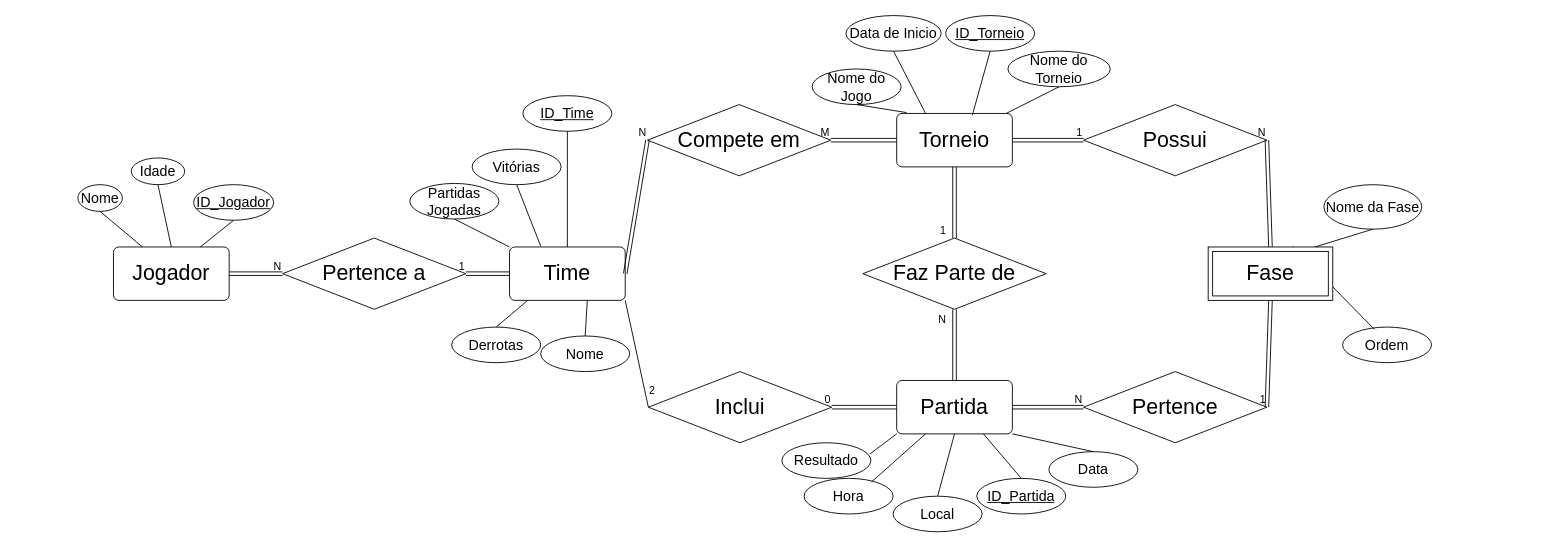
Before: Projeto_Esports.drawio in Gabitil/Org-de-competi-es-esport, a draw.io diagram. Source tidied: cells renumbered, new cells numbered last; positions are measured from the earlier drawing's top-left corner, leaving out a move shared by most shapes. Both pictures are drawn from the tidied source at 89%, with x=0, y=0 at pixel (77, 15).
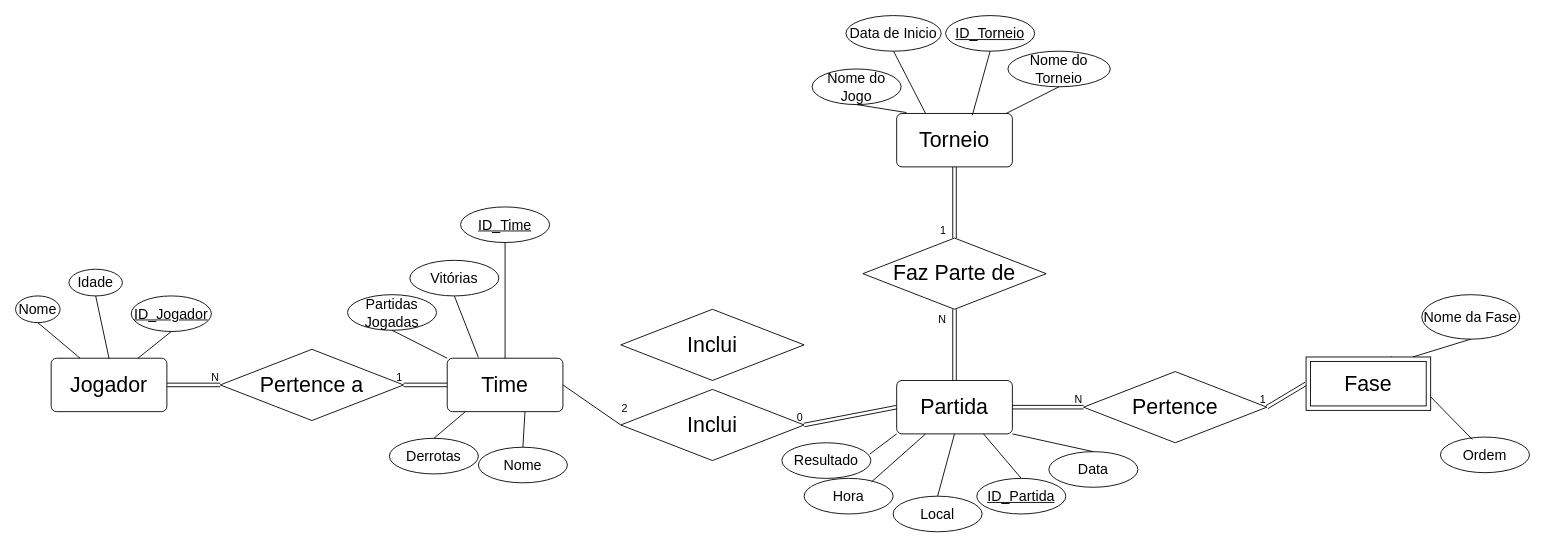
The same page after the edit.

Unchanged cells that the change refers to:
```xml
<mxCell id="4" value="&lt;font style=&quot;font-size: 24px;&quot;&gt;Torneio&lt;/font&gt;" style="rounded=1;arcSize=10;whiteSpace=wrap;html=1;align=center;" parent="1" vertex="1">
  <mxGeometry x="920" y="110" width="130" height="60" as="geometry" />
</mxCell>
<mxCell id="48" value="&lt;font style=&quot;font-size: 24px;&quot;&gt;Pertence&lt;/font&gt;" style="shape=rhombus;perimeter=rhombusPerimeter;whiteSpace=wrap;html=1;align=center;" parent="1" vertex="1">
  <mxGeometry x="1130" y="400" width="206" height="80" as="geometry" />
</mxCell>
```

The edit, as a diff of the source:
```diff
@@
     <mxCell id="2" value="&lt;font style=&quot;font-size: 24px;&quot;&gt;Jogador&lt;/font&gt;" style="rounded=1;arcSize=10;whiteSpace=wrap;html=1;align=center;" parent="1" vertex="1">
-      <mxGeometry x="40" y="260" width="130" height="60" as="geometry" />
+      <mxGeometry x="-30" y="385" width="130" height="60" as="geometry" />
     </mxCell>
@@
     <mxCell id="5" value="&lt;font style=&quot;font-size: 24px;&quot;&gt;Time&lt;/font&gt;" style="rounded=1;arcSize=10;whiteSpace=wrap;html=1;align=center;" parent="1" vertex="1">
-      <mxGeometry x="485" y="260" width="130" height="60" as="geometry" />
+      <mxGeometry x="415" y="385" width="130" height="60" as="geometry" />
     </mxCell>
@@
     <mxCell id="7" value="&lt;font style=&quot;font-size: 16px;&quot;&gt;Nome&lt;/font&gt;" style="ellipse;whiteSpace=wrap;html=1;align=center;" parent="1" vertex="1">
-      <mxGeometry y="190" width="50" height="30" as="geometry" />
+      <mxGeometry x="-70" y="315" width="50" height="30" as="geometry" />
     </mxCell>
     <mxCell id="8" value="&lt;font style=&quot;font-size: 16px;&quot;&gt;Idade&lt;/font&gt;" style="ellipse;whiteSpace=wrap;html=1;align=center;" parent="1" vertex="1">
-      <mxGeometry x="60" y="160" width="60" height="30" as="geometry" />
+      <mxGeometry x="-10" y="285" width="60" height="30" as="geometry" />
     </mxCell>
     <mxCell id="9" value="&lt;font style=&quot;font-size: 16px;&quot;&gt;ID_Jogador&lt;/font&gt;" style="ellipse;whiteSpace=wrap;html=1;align=center;fontStyle=4;" parent="1" vertex="1">
-      <mxGeometry x="130" y="190" width="90" height="40" as="geometry" />
+      <mxGeometry x="60" y="315" width="90" height="40" as="geometry" />
     </mxCell>
@@
     <mxCell id="13" value="&lt;font style=&quot;font-size: 16px;&quot;&gt;ID_Time&lt;/font&gt;" style="ellipse;whiteSpace=wrap;html=1;align=center;fontStyle=4;" parent="1" vertex="1">
-      <mxGeometry x="500" y="90" width="100" height="40" as="geometry" />
+      <mxGeometry x="430" y="215" width="100" height="40" as="geometry" />
     </mxCell>
     <mxCell id="14" value="&lt;font style=&quot;font-size: 16px;&quot;&gt;Vitórias&lt;/font&gt;" style="ellipse;whiteSpace=wrap;html=1;align=center;" parent="1" vertex="1">
-      <mxGeometry x="443" y="150" width="100" height="40" as="geometry" />
+      <mxGeometry x="373" y="275" width="100" height="40" as="geometry" />
     </mxCell>
     <mxCell id="15" value="&lt;font style=&quot;font-size: 16px;&quot;&gt;Derrotas&lt;/font&gt;" style="ellipse;whiteSpace=wrap;html=1;align=center;" parent="1" vertex="1">
-      <mxGeometry x="420" y="350" width="100" height="40" as="geometry" />
+      <mxGeometry x="350" y="475" width="100" height="40" as="geometry" />
     </mxCell>
     <mxCell id="16" value="&lt;font style=&quot;font-size: 16px;&quot;&gt;Partidas Jogadas&lt;/font&gt;" style="ellipse;whiteSpace=wrap;html=1;align=center;" parent="1" vertex="1">
-      <mxGeometry x="373" y="188.6" width="100" height="40" as="geometry" />
+      <mxGeometry x="303" y="313.6" width="100" height="40" as="geometry" />
     </mxCell>
     <mxCell id="17" value="&lt;font style=&quot;font-size: 16px;&quot;&gt;Nome&lt;/font&gt;" style="ellipse;whiteSpace=wrap;html=1;align=center;" parent="1" vertex="1">
-      <mxGeometry x="520" y="360" width="100" height="40" as="geometry" />
+      <mxGeometry x="450" y="485" width="100" height="40" as="geometry" />
     </mxCell>
@@
     <mxCell id="22" value="&lt;font style=&quot;font-size: 16px;&quot;&gt;Nome da Fase&lt;/font&gt;" style="ellipse;whiteSpace=wrap;html=1;align=center;" parent="1" vertex="1">
-      <mxGeometry x="1400" y="190" width="110" height="50" as="geometry" />
+      <mxGeometry x="1510" y="313.6" width="110" height="50" as="geometry" />
     </mxCell>
     <mxCell id="23" value="&lt;font style=&quot;font-size: 16px;&quot;&gt;Ordem&lt;/font&gt;" style="ellipse;whiteSpace=wrap;html=1;align=center;" parent="1" vertex="1">
-      <mxGeometry x="1421" y="350" width="100" height="40" as="geometry" />
+      <mxGeometry x="1531" y="473.6" width="100" height="40" as="geometry" />
     </mxCell>
@@
     <mxCell id="41" style="endArrow=none;html=1;rounded=0;exitX=0.5;exitY=1;exitDx=0;exitDy=0;" parent="1" edge="1" source="14">
       <mxGeometry relative="1" as="geometry">
-        <mxPoint x="520" y="259" as="targetPoint" />
+        <mxPoint x="450" y="384" as="targetPoint" />
       </mxGeometry>
     </mxCell>
@@
     <mxCell id="45" value="&lt;font style=&quot;font-size: 24px;&quot;&gt;Pertence a&lt;/font&gt;" style="shape=rhombus;perimeter=rhombusPerimeter;whiteSpace=wrap;html=1;align=center;" parent="1" vertex="1">
-      <mxGeometry x="230" y="250" width="206" height="80" as="geometry" />
+      <mxGeometry x="160" y="375" width="206" height="80" as="geometry" />
     </mxCell>
-    <mxCell id="46" value="&lt;font style=&quot;font-size: 24px;&quot;&gt;Compete em&lt;br&gt;&lt;/font&gt;" style="shape=rhombus;perimeter=rhombusPerimeter;whiteSpace=wrap;html=1;align=center;rotation=0;" parent="1" vertex="1">
-      <mxGeometry x="640" y="100" width="206" height="80" as="geometry" />
-    </mxCell>
-    <mxCell id="47" value="&lt;font style=&quot;font-size: 24px;&quot;&gt;Possui&lt;br&gt;&lt;/font&gt;" style="shape=rhombus;perimeter=rhombusPerimeter;whiteSpace=wrap;html=1;align=center;" parent="1" vertex="1">
-      <mxGeometry x="1130" y="100" width="206" height="80" as="geometry" />
-    </mxCell>
@@
     <mxCell id="50" value="&lt;font style=&quot;font-size: 24px;&quot;&gt;Inclui&lt;/font&gt;" style="shape=rhombus;perimeter=rhombusPerimeter;whiteSpace=wrap;html=1;align=center;" parent="1" vertex="1">
-      <mxGeometry x="641" y="400" width="206" height="80" as="geometry" />
+      <mxGeometry x="610" y="420" width="206" height="80" as="geometry" />
     </mxCell>
-    <mxCell id="51" style="shape=link;html=1;rounded=0;exitX=1;exitY=0.5;exitDx=0;exitDy=0;entryX=0;entryY=0.5;entryDx=0;entryDy=0;" parent="1" edge="1" source="5" target="46">
-      <mxGeometry relative="1" as="geometry" />
-    </mxCell>
-    <mxCell id="52" value="N" style="html=1;whiteSpace=wrap;align=right;verticalAlign=bottom;" parent="51" vertex="1">
-      <mxGeometry x="1" relative="1" as="geometry" />
-    </mxCell>
-    <mxCell id="53" style="shape=link;html=1;rounded=0;entryX=1;entryY=0.5;entryDx=0;entryDy=0;exitX=0;exitY=0.5;exitDx=0;exitDy=0;" parent="1" edge="1" source="4" target="46">
-      <mxGeometry relative="1" as="geometry" />
-    </mxCell>
-    <mxCell id="54" value="M" style="html=1;whiteSpace=wrap;align=right;verticalAlign=bottom;" parent="53" vertex="1">
-      <mxGeometry x="1" relative="1" as="geometry" />
-    </mxCell>
-    <mxCell id="55" style="shape=link;html=1;rounded=0;exitX=1;exitY=0.5;exitDx=0;exitDy=0;entryX=0;entryY=0.5;entryDx=0;entryDy=0;" parent="1" edge="1" source="4" target="47">
-      <mxGeometry relative="1" as="geometry" />
-    </mxCell>
-    <mxCell id="56" value="1" style="html=1;whiteSpace=wrap;align=right;verticalAlign=bottom;" parent="55" vertex="1">
-      <mxGeometry x="1" relative="1" as="geometry" />
-    </mxCell>
-    <mxCell id="57" style="shape=link;html=1;rounded=0;entryX=1;entryY=0.5;entryDx=0;entryDy=0;exitX=0.5;exitY=0;exitDx=0;exitDy=0;" parent="1" edge="1" source="61" target="47">
-      <mxGeometry relative="1" as="geometry" />
-    </mxCell>
-    <mxCell id="58" value="N" style="html=1;whiteSpace=wrap;align=right;verticalAlign=bottom;" parent="57" vertex="1">
-      <mxGeometry x="1" relative="1" as="geometry" />
-    </mxCell>
-    <mxCell id="59" style="shape=link;html=1;rounded=0;entryX=1;entryY=0.5;entryDx=0;entryDy=0;exitX=0.5;exitY=1;exitDx=0;exitDy=0;" parent="1" edge="1" source="61" target="48">
+    <mxCell id="59" style="shape=link;html=1;rounded=0;entryX=1;entryY=0.5;entryDx=0;entryDy=0;exitX=0;exitY=0.5;exitDx=0;exitDy=0;" parent="1" edge="1" source="61" target="48">
       <mxGeometry relative="1" as="geometry" />
     </mxCell>
@@
     <mxCell id="61" value="&lt;font style=&quot;font-size: 24px;&quot;&gt;Fase&lt;/font&gt;" style="shape=ext;margin=3;double=1;whiteSpace=wrap;html=1;align=center;" parent="1" vertex="1">
-      <mxGeometry x="1270" y="260" width="140" height="60" as="geometry" />
+      <mxGeometry x="1380" y="383.6" width="140" height="60" as="geometry" />
     </mxCell>
@@
-    <mxCell id="70" style="endArrow=none;html=1;rounded=0;exitX=1;exitY=1;exitDx=0;exitDy=0;entryX=0;entryY=0.5;entryDx=0;entryDy=0;" parent="1" edge="1" source="5" target="50">
+    <mxCell id="70" style="endArrow=none;html=1;rounded=0;exitX=1;exitY=0.5;exitDx=0;exitDy=0;entryX=0;entryY=0.5;entryDx=0;entryDy=0;" parent="1" edge="1" source="5" target="50">
       <mxGeometry relative="1" as="geometry" />
     </mxCell>
@@
+    <mxCell id="76" value="&lt;font style=&quot;font-size: 24px;&quot;&gt;Inclui&lt;/font&gt;" style="shape=rhombus;perimeter=rhombusPerimeter;whiteSpace=wrap;html=1;align=center;" parent="1" vertex="1">
+      <mxGeometry x="610" y="330" width="206" height="80" as="geometry" />
+    </mxCell>
```
